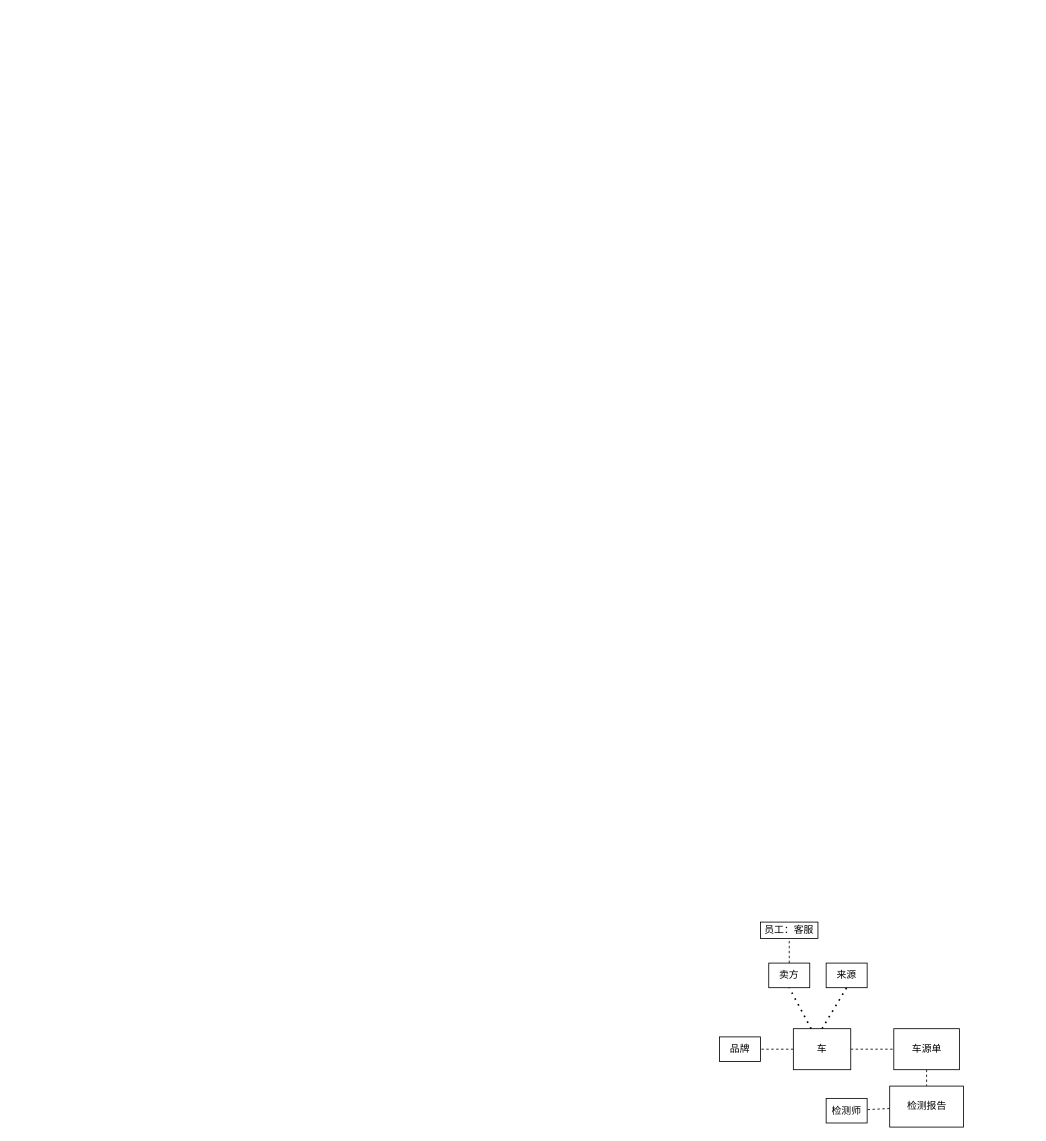
The draw.io diagram page "Page-1" (1 of 2) of test-first.drawio in specialnote/diagrams, before the edit. Source tidied: cells renumbered, new cells numbered last; positions are measured from the earlier drawing's top-left corner, leaving out a move shared by most shapes. Both pictures are drawn from the tidied source at 82%, with x=0, y=0 at pixel (719, 922).
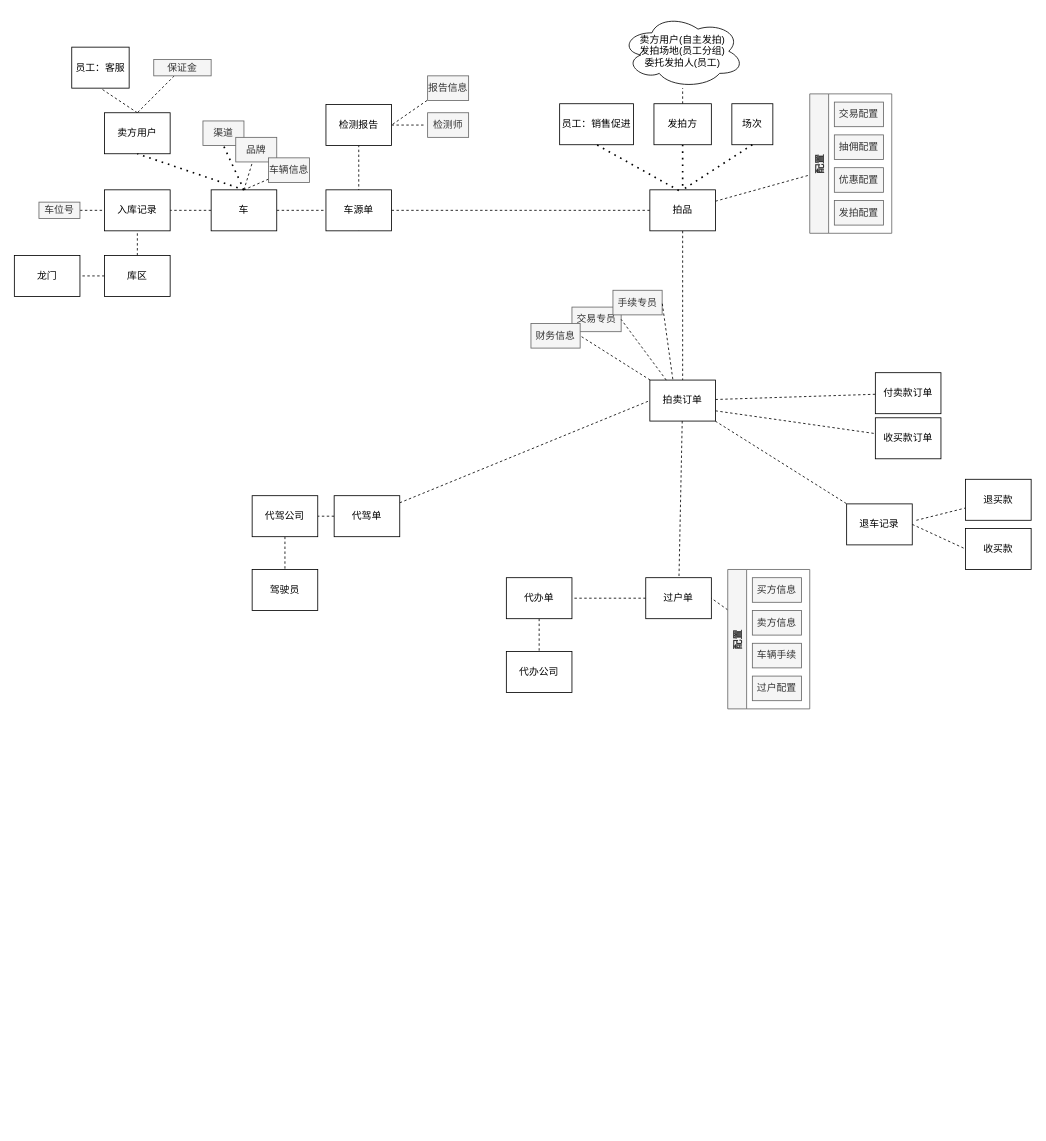
After the change.

Diff of the diagram source:
```diff
@@
-    <mxCell id="2" style="edgeStyle=none;rounded=0;jettySize=auto;html=1;dashed=1;endArrow=none;endFill=0;elbow=vertical;" parent="1" edge="1" source="4" target="11">
+    <mxCell id="2" style="edgeStyle=none;rounded=0;jettySize=auto;html=1;dashed=1;endArrow=none;endFill=0;elbow=vertical;exitX=0.5;exitY=0;exitDx=0;exitDy=0;" parent="1" edge="1" source="4" target="11">
       <mxGeometry relative="1" as="geometry" />
     </mxCell>
@@
+    <mxCell id="17" style="edgeStyle=none;rounded=0;jettySize=auto;html=1;entryX=1;entryY=0.5;entryDx=0;entryDy=0;dashed=1;endArrow=none;endFill=0;elbow=vertical;" parent="1" edge="1" source="4" target="60">
+      <mxGeometry relative="1" as="geometry" />
+    </mxCell>
     <mxCell id="4" value="车" style="rounded=0;whiteSpace=wrap;html=1;" parent="1" vertex="1">
-      <mxGeometry x="90" y="130" width="70" height="50" as="geometry" />
+      <mxGeometry x="-620" y="-893" width="80" height="50" as="geometry" />
     </mxCell>
-    <mxCell id="5" style="rounded=0;jettySize=auto;html=1;elbow=vertical;endArrow=none;endFill=0;dashed=1;" parent="1" edge="1" source="6" target="10">
+    <mxCell id="5" style="rounded=0;jettySize=auto;html=1;elbow=vertical;endArrow=none;endFill=0;dashed=1;exitX=0.5;exitY=0;exitDx=0;exitDy=0;entryX=0.5;entryY=1;entryDx=0;entryDy=0;" parent="1" edge="1" source="6" target="10">
       <mxGeometry relative="1" as="geometry" />
     </mxCell>
-    <mxCell id="6" value="卖方" style="rounded=0;whiteSpace=wrap;html=1;" parent="1" vertex="1">
-      <mxGeometry x="60" y="50" width="50" height="30" as="geometry" />
+    <mxCell id="6" value="卖方用户" style="rounded=0;whiteSpace=wrap;html=1;" parent="1" vertex="1">
+      <mxGeometry x="-750" y="-987" width="80" height="50" as="geometry" />
     </mxCell>
-    <mxCell id="7" value="来源" style="rounded=0;whiteSpace=wrap;html=1;" parent="1" vertex="1">
-      <mxGeometry x="130" y="50" width="50" height="30" as="geometry" />
+    <mxCell id="7" value="渠道" style="rounded=0;whiteSpace=wrap;html=1;fillColor=#f5f5f5;fontColor=#333333;strokeColor=#666666;" parent="1" vertex="1">
+      <mxGeometry x="-630" y="-977" width="50" height="30" as="geometry" />
     </mxCell>
-    <mxCell id="8" style="endArrow=none;dashed=1;html=1;dashPattern=1 3;strokeWidth=2;rounded=0;entryX=0.5;entryY=1;entryDx=0;entryDy=0;" parent="1" edge="1" source="4" target="6">
+    <mxCell id="8" style="endArrow=none;dashed=1;html=1;dashPattern=1 3;strokeWidth=2;rounded=0;entryX=0.5;entryY=1;entryDx=0;entryDy=0;exitX=0.5;exitY=0;exitDx=0;exitDy=0;" parent="1" edge="1" source="4" target="6">
       <mxGeometry relative="1" as="geometry" />
     </mxCell>
@@
     <mxCell id="10" value="员工：客服" style="rounded=0;whiteSpace=wrap;html=1;" parent="1" vertex="1">
-      <mxGeometry x="50" width="70" height="20" as="geometry" />
+      <mxGeometry x="-790" y="-1067" width="70" height="50" as="geometry" />
     </mxCell>
-    <mxCell id="11" value="品牌" style="rounded=0;whiteSpace=wrap;html=1;" parent="1" vertex="1">
-      <mxGeometry y="140" width="50" height="30" as="geometry" />
+    <mxCell id="11" value="品牌" style="rounded=0;whiteSpace=wrap;html=1;fillColor=#f5f5f5;fontColor=#333333;strokeColor=#666666;" parent="1" vertex="1">
+      <mxGeometry x="-590" y="-957" width="50" height="30" as="geometry" />
     </mxCell>
@@
     <mxCell id="13" value="车源单" style="whiteSpace=wrap;html=1;rounded=0;" parent="1" vertex="1">
-      <mxGeometry x="212.5" y="130" width="80" height="50" as="geometry" />
+      <mxGeometry x="-480" y="-893" width="80" height="50" as="geometry" />
     </mxCell>
-    <mxCell id="14" style="edgeStyle=none;rounded=0;jettySize=auto;html=1;dashed=1;endArrow=none;endFill=0;elbow=vertical;" parent="1" edge="1" source="15" target="16">
-      <mxGeometry relative="1" as="geometry" />
+    <mxCell id="14" style="edgeStyle=none;rounded=0;jettySize=auto;html=1;dashed=1;endArrow=none;endFill=0;elbow=vertical;" parent="1" edge="1" source="15">
+      <mxGeometry relative="1" as="geometry">
+        <mxPoint x="-360" y="-972" as="targetPoint" />
+      </mxGeometry>
     </mxCell>
     <mxCell id="15" value="检测报告" style="rounded=0;whiteSpace=wrap;html=1;" parent="1" vertex="1">
-      <mxGeometry x="207.5" y="200" width="90" height="50" as="geometry" />
+      <mxGeometry x="-480" y="-997" width="80" height="50" as="geometry" />
     </mxCell>
-    <mxCell id="16" value="检测师" style="rounded=0;whiteSpace=wrap;html=1;" parent="1" vertex="1">
-      <mxGeometry x="130" y="215" width="50" height="30" as="geometry" />
+    <mxCell id="16" value="检测师" style="rounded=0;whiteSpace=wrap;html=1;fillColor=#f5f5f5;fontColor=#333333;strokeColor=#666666;" parent="1" vertex="1">
+      <mxGeometry x="-356" y="-987" width="50" height="30" as="geometry" />
     </mxCell>
+    <mxCell id="18" style="edgeStyle=none;rounded=0;jettySize=auto;html=1;dashed=1;endArrow=none;endFill=0;elbow=vertical;" parent="1" edge="1" source="21" target="30">
+      <mxGeometry relative="1" as="geometry" />
+    </mxCell>
+    <mxCell id="19" style="edgeStyle=none;rounded=0;jettySize=auto;html=1;dashed=1;endArrow=none;endFill=0;elbow=vertical;" parent="1" edge="1" source="21" target="40">
+      <mxGeometry relative="1" as="geometry" />
+    </mxCell>
+    <mxCell id="20" style="edgeStyle=none;rounded=0;jettySize=auto;html=1;entryX=1;entryY=0.5;entryDx=0;entryDy=0;dashed=1;endArrow=none;endFill=0;elbow=vertical;" parent="1" edge="1" source="21" target="13">
+      <mxGeometry relative="1" as="geometry" />
+    </mxCell>
+    <mxCell id="21" value="拍品" style="whiteSpace=wrap;html=1;rounded=0;" parent="1" vertex="1">
+      <mxGeometry x="-85" y="-893" width="80" height="50" as="geometry" />
+    </mxCell>
+    <mxCell id="22" value="员工：销售促进" style="rounded=0;whiteSpace=wrap;html=1;" parent="1" vertex="1">
+      <mxGeometry x="-195" y="-998" width="90" height="50" as="geometry" />
+    </mxCell>
+    <mxCell id="23" style="endArrow=none;dashed=1;html=1;dashPattern=1 3;strokeWidth=2;rounded=0;entryX=0.5;entryY=1;entryDx=0;entryDy=0;exitX=0.442;exitY=0.017;exitDx=0;exitDy=0;exitPerimeter=0;" parent="1" edge="1" source="21" target="22">
+      <mxGeometry relative="1" as="geometry" />
+    </mxCell>
+    <mxCell id="24" style="endArrow=none;dashed=1;html=1;dashPattern=1 3;strokeWidth=2;rounded=0;entryX=0.5;entryY=0;entryDx=0;entryDy=0;exitX=0.5;exitY=1;exitDx=0;exitDy=0;" parent="1" edge="1" source="26" target="21">
+      <mxGeometry relative="1" as="geometry" />
+    </mxCell>
+    <mxCell id="25" style="edgeStyle=none;rounded=0;jettySize=auto;html=1;dashed=1;endArrow=none;endFill=0;elbow=vertical;" parent="1" edge="1" source="26" target="27">
+      <mxGeometry relative="1" as="geometry" />
+    </mxCell>
+    <mxCell id="26" value="发拍方" style="rounded=0;whiteSpace=wrap;html=1;" parent="1" vertex="1">
+      <mxGeometry x="-80" y="-998" width="70" height="50" as="geometry" />
+    </mxCell>
+    <mxCell id="27" value="&lt;div&gt;卖方用户(自主发拍)&lt;/div&gt;&lt;div&gt;发拍场地(员工分组)&lt;/div&gt;&lt;div&gt;委托发拍人(员工)&lt;br&gt;&lt;/div&gt;" style="ellipse;shape=cloud;whiteSpace=wrap;html=1;" parent="1" vertex="1">
+      <mxGeometry x="-120" y="-1107" width="150" height="90" as="geometry" />
+    </mxCell>
+    <mxCell id="28" value="场次" style="rounded=0;whiteSpace=wrap;html=1;" parent="1" vertex="1">
+      <mxGeometry x="15" y="-998" width="50" height="50" as="geometry" />
+    </mxCell>
+    <mxCell id="29" style="endArrow=none;dashed=1;html=1;dashPattern=1 3;strokeWidth=2;rounded=0;entryX=0.5;entryY=0;entryDx=0;entryDy=0;exitX=0.5;exitY=1;exitDx=0;exitDy=0;" parent="1" edge="1" source="28" target="21">
+      <mxGeometry relative="1" as="geometry" />
+    </mxCell>
+    <mxCell id="30" value="配置" style="swimlane;horizontal=0;fillColor=#f5f5f5;fontColor=#333333;strokeColor=#666666;" parent="1" vertex="1">
+      <mxGeometry x="110" y="-1010" width="100" height="170" as="geometry" />
+    </mxCell>
+    <mxCell id="31" value="交易配置" style="whiteSpace=wrap;html=1;fillColor=#f5f5f5;fontColor=#333333;strokeColor=#666666;" parent="30" vertex="1">
+      <mxGeometry x="30" y="10" width="60" height="30" as="geometry" />
+    </mxCell>
+    <mxCell id="32" value="抽佣配置" style="whiteSpace=wrap;html=1;fillColor=#f5f5f5;fontColor=#333333;strokeColor=#666666;" parent="30" vertex="1">
+      <mxGeometry x="30" y="50" width="60" height="30" as="geometry" />
+    </mxCell>
+    <mxCell id="33" value="优惠配置" style="whiteSpace=wrap;html=1;fillColor=#f5f5f5;fontColor=#333333;strokeColor=#666666;" parent="30" vertex="1">
+      <mxGeometry x="30" y="90" width="60" height="30" as="geometry" />
+    </mxCell>
+    <mxCell id="34" value="发拍配置" style="whiteSpace=wrap;html=1;fillColor=#f5f5f5;fontColor=#333333;strokeColor=#666666;" parent="30" vertex="1">
+      <mxGeometry x="30" y="130" width="60" height="30" as="geometry" />
+    </mxCell>
+    <mxCell id="35" style="edgeStyle=none;rounded=0;jettySize=auto;html=1;dashed=1;endArrow=none;endFill=0;elbow=vertical;exitX=1;exitY=0.75;exitDx=0;exitDy=0;" parent="1" edge="1" source="40" target="45">
+      <mxGeometry relative="1" as="geometry" />
+    </mxCell>
+    <mxCell id="36" style="edgeStyle=none;rounded=0;jettySize=auto;html=1;dashed=1;endArrow=none;endFill=0;elbow=vertical;" parent="1" edge="1" source="40" target="46">
+      <mxGeometry relative="1" as="geometry" />
+    </mxCell>
+    <mxCell id="37" style="edgeStyle=none;rounded=0;jettySize=auto;html=1;dashed=1;endArrow=none;endFill=0;elbow=vertical;" parent="1" edge="1" source="40" target="50">
+      <mxGeometry relative="1" as="geometry" />
+    </mxCell>
+    <mxCell id="38" style="edgeStyle=none;rounded=0;jettySize=auto;html=1;dashed=1;endArrow=none;endFill=0;elbow=vertical;" parent="1" edge="1" source="40" target="80">
+      <mxGeometry relative="1" as="geometry" />
+    </mxCell>
+    <mxCell id="39" style="edgeStyle=none;rounded=0;jettySize=auto;html=1;entryX=1;entryY=0.5;entryDx=0;entryDy=0;dashed=1;endArrow=none;endFill=0;elbow=vertical;" parent="1" edge="1" source="40" target="83">
+      <mxGeometry relative="1" as="geometry" />
+    </mxCell>
+    <mxCell id="40" value="拍卖订单" style="whiteSpace=wrap;html=1;rounded=0;" parent="1" vertex="1">
+      <mxGeometry x="-85" y="-661" width="80" height="50" as="geometry" />
+    </mxCell>
+    <mxCell id="41" value="交易专员" style="rounded=0;whiteSpace=wrap;html=1;fillColor=#f5f5f5;fontColor=#333333;strokeColor=#666666;" parent="1" vertex="1">
+      <mxGeometry x="-180" y="-750" width="60" height="30" as="geometry" />
+    </mxCell>
+    <mxCell id="42" value="手续专员" style="rounded=0;whiteSpace=wrap;html=1;fillColor=#f5f5f5;fontColor=#333333;strokeColor=#666666;" parent="1" vertex="1">
+      <mxGeometry x="-130" y="-770.5" width="60" height="30" as="geometry" />
+    </mxCell>
+    <mxCell id="43" style="edgeStyle=none;rounded=0;jettySize=auto;html=1;dashed=1;endArrow=none;endFill=0;elbow=vertical;entryX=1;entryY=0.5;entryDx=0;entryDy=0;exitX=0.25;exitY=0;exitDx=0;exitDy=0;" parent="1" edge="1" source="40" target="41">
+      <mxGeometry relative="1" as="geometry" />
+    </mxCell>
+    <mxCell id="44" style="edgeStyle=none;rounded=0;jettySize=auto;html=1;dashed=1;endArrow=none;endFill=0;elbow=vertical;entryX=1;entryY=0.5;entryDx=0;entryDy=0;exitX=0.35;exitY=-0.02;exitDx=0;exitDy=0;exitPerimeter=0;" parent="1" edge="1" source="40" target="42">
+      <mxGeometry relative="1" as="geometry" />
+    </mxCell>
+    <mxCell id="45" value="收买款订单" style="whiteSpace=wrap;html=1;rounded=0;" parent="1" vertex="1">
+      <mxGeometry x="190" y="-615" width="80" height="50" as="geometry" />
+    </mxCell>
+    <mxCell id="46" value="付卖款订单" style="whiteSpace=wrap;html=1;rounded=0;" parent="1" vertex="1">
+      <mxGeometry x="190" y="-670" width="80" height="50" as="geometry" />
+    </mxCell>
+    <mxCell id="47" style="edgeStyle=none;rounded=0;jettySize=auto;html=1;entryX=0.5;entryY=0;entryDx=0;entryDy=0;dashed=1;endArrow=none;endFill=0;elbow=vertical;" parent="1" edge="1" source="48" target="6">
+      <mxGeometry relative="1" as="geometry" />
+    </mxCell>
+    <mxCell id="48" value="保证金" style="rounded=0;whiteSpace=wrap;html=1;fillColor=#f5f5f5;fontColor=#333333;strokeColor=#666666;" parent="1" vertex="1">
+      <mxGeometry x="-690" y="-1052" width="70" height="20" as="geometry" />
+    </mxCell>
+    <mxCell id="49" style="edgeStyle=none;rounded=0;jettySize=auto;html=1;dashed=1;endArrow=none;endFill=0;elbow=vertical;" parent="1" edge="1" source="50" target="62">
+      <mxGeometry relative="1" as="geometry" />
+    </mxCell>
+    <mxCell id="50" value="过户单" style="whiteSpace=wrap;html=1;rounded=0;" parent="1" vertex="1">
+      <mxGeometry x="-90" y="-420" width="80" height="50" as="geometry" />
+    </mxCell>
+    <mxCell id="51" style="edgeStyle=none;rounded=0;jettySize=auto;html=1;entryX=1;entryY=0.5;entryDx=0;entryDy=0;dashed=1;endArrow=none;endFill=0;elbow=vertical;" parent="1" edge="1" source="52" target="50">
+      <mxGeometry relative="1" as="geometry" />
+    </mxCell>
+    <mxCell id="52" value="配置" style="swimlane;horizontal=0;fillColor=#f5f5f5;fontColor=#333333;strokeColor=#666666;" parent="1" vertex="1">
+      <mxGeometry x="10" y="-430" width="100" height="170" as="geometry" />
+    </mxCell>
+    <mxCell id="53" value="买方信息" style="whiteSpace=wrap;html=1;fillColor=#f5f5f5;fontColor=#333333;strokeColor=#666666;" parent="52" vertex="1">
+      <mxGeometry x="30" y="10" width="60" height="30" as="geometry" />
+    </mxCell>
+    <mxCell id="54" value="卖方信息" style="whiteSpace=wrap;html=1;fillColor=#f5f5f5;fontColor=#333333;strokeColor=#666666;" parent="52" vertex="1">
+      <mxGeometry x="30" y="50" width="60" height="30" as="geometry" />
+    </mxCell>
+    <mxCell id="55" value="车辆手续" style="whiteSpace=wrap;html=1;fillColor=#f5f5f5;fontColor=#333333;strokeColor=#666666;" parent="52" vertex="1">
+      <mxGeometry x="30" y="90" width="60" height="30" as="geometry" />
+    </mxCell>
+    <mxCell id="56" value="过户配置" style="whiteSpace=wrap;html=1;fillColor=#f5f5f5;fontColor=#333333;strokeColor=#666666;" parent="52" vertex="1">
+      <mxGeometry x="30" y="130" width="60" height="30" as="geometry" />
+    </mxCell>
+    <mxCell id="57" style="rounded=0;jettySize=auto;html=1;dashed=1;endArrow=none;endFill=0;elbow=vertical;entryX=0;entryY=0.5;entryDx=0;entryDy=0;" parent="1" edge="1" source="59" target="40">
+      <mxGeometry relative="1" as="geometry" />
+    </mxCell>
+    <mxCell id="58" style="edgeStyle=none;rounded=0;jettySize=auto;html=1;dashed=1;endArrow=none;endFill=0;elbow=vertical;" parent="1" edge="1" source="59" target="64">
+      <mxGeometry relative="1" as="geometry" />
+    </mxCell>
+    <mxCell id="59" value="代驾单" style="whiteSpace=wrap;html=1;rounded=0;" parent="1" vertex="1">
+      <mxGeometry x="-470" y="-520" width="80" height="50" as="geometry" />
+    </mxCell>
+    <mxCell id="60" value="入库记录" style="whiteSpace=wrap;html=1;rounded=0;" parent="1" vertex="1">
+      <mxGeometry x="-750" y="-893" width="80" height="50" as="geometry" />
+    </mxCell>
+    <mxCell id="61" style="edgeStyle=none;rounded=0;jettySize=auto;html=1;dashed=1;endArrow=none;endFill=0;elbow=vertical;" parent="1" edge="1" source="62" target="69">
+      <mxGeometry relative="1" as="geometry" />
+    </mxCell>
+    <mxCell id="62" value="代办单" style="whiteSpace=wrap;html=1;rounded=0;" parent="1" vertex="1">
+      <mxGeometry x="-260" y="-420" width="80" height="50" as="geometry" />
+    </mxCell>
+    <mxCell id="63" style="edgeStyle=none;rounded=0;jettySize=auto;html=1;dashed=1;endArrow=none;endFill=0;elbow=vertical;exitX=0.5;exitY=1;exitDx=0;exitDy=0;" parent="1" edge="1" source="64" target="65">
+      <mxGeometry relative="1" as="geometry" />
+    </mxCell>
+    <mxCell id="64" value="代驾公司" style="whiteSpace=wrap;html=1;rounded=0;" parent="1" vertex="1">
+      <mxGeometry x="-570" y="-520" width="80" height="50" as="geometry" />
+    </mxCell>
+    <mxCell id="65" value="驾驶员" style="whiteSpace=wrap;html=1;rounded=0;" parent="1" vertex="1">
+      <mxGeometry x="-570" y="-430" width="80" height="50" as="geometry" />
+    </mxCell>
+    <mxCell id="66" style="edgeStyle=none;rounded=0;jettySize=auto;html=1;entryX=0.5;entryY=1;entryDx=0;entryDy=0;dashed=1;endArrow=none;endFill=0;elbow=vertical;" parent="1" edge="1" source="68" target="60">
+      <mxGeometry relative="1" as="geometry" />
+    </mxCell>
+    <mxCell id="67" style="edgeStyle=none;rounded=0;jettySize=auto;html=1;dashed=1;endArrow=none;endFill=0;elbow=vertical;" parent="1" edge="1" source="68" target="73">
+      <mxGeometry relative="1" as="geometry" />
+    </mxCell>
+    <mxCell id="68" value="库区" style="whiteSpace=wrap;html=1;rounded=0;" parent="1" vertex="1">
+      <mxGeometry x="-750" y="-813" width="80" height="50" as="geometry" />
+    </mxCell>
+    <mxCell id="69" value="代办公司" style="whiteSpace=wrap;html=1;rounded=0;" parent="1" vertex="1">
+      <mxGeometry x="-260" y="-330" width="80" height="50" as="geometry" />
+    </mxCell>
+    <mxCell id="70" style="edgeStyle=none;rounded=0;jettySize=auto;html=1;entryX=0;entryY=0.5;entryDx=0;entryDy=0;dashed=1;endArrow=none;endFill=0;elbow=vertical;" parent="1" edge="1" source="71" target="60">
+      <mxGeometry relative="1" as="geometry" />
+    </mxCell>
+    <mxCell id="71" value="车位号" style="rounded=0;whiteSpace=wrap;html=1;fillColor=#f5f5f5;fontColor=#333333;strokeColor=#666666;" parent="1" vertex="1">
+      <mxGeometry x="-830" y="-878" width="50" height="20" as="geometry" />
+    </mxCell>
+    <mxCell id="72" style="edgeStyle=none;rounded=0;orthogonalLoop=1;jettySize=auto;html=1;exitX=0.5;exitY=0;exitDx=0;exitDy=0;dashed=1;endArrow=none;endFill=0;elbow=vertical;" parent="1" edge="1" source="71" target="71">
+      <mxGeometry relative="1" as="geometry" />
+    </mxCell>
+    <mxCell id="73" value="龙门" style="whiteSpace=wrap;html=1;rounded=0;" parent="1" vertex="1">
+      <mxGeometry x="-860" y="-813" width="80" height="50" as="geometry" />
+    </mxCell>
+    <mxCell id="74" style="edgeStyle=none;rounded=0;jettySize=auto;html=1;entryX=1;entryY=0.5;entryDx=0;entryDy=0;dashed=1;endArrow=none;endFill=0;elbow=vertical;" parent="1" edge="1" target="15">
+      <mxGeometry relative="1" as="geometry">
+        <mxPoint x="-356.7" y="-1002" as="sourcePoint" />
+      </mxGeometry>
+    </mxCell>
+    <mxCell id="75" value="报告信息" style="rounded=0;whiteSpace=wrap;html=1;fillColor=#f5f5f5;fontColor=#333333;strokeColor=#666666;" parent="1" vertex="1">
+      <mxGeometry x="-356" y="-1032" width="50" height="30" as="geometry" />
+    </mxCell>
+    <mxCell id="76" style="edgeStyle=none;rounded=0;jettySize=auto;html=1;entryX=0.5;entryY=0;entryDx=0;entryDy=0;dashed=1;endArrow=none;endFill=0;elbow=vertical;" parent="1" edge="1" source="77" target="4">
+      <mxGeometry relative="1" as="geometry" />
+    </mxCell>
+    <mxCell id="77" value="车辆信息" style="rounded=0;whiteSpace=wrap;html=1;fillColor=#f5f5f5;fontColor=#333333;strokeColor=#666666;" parent="1" vertex="1">
+      <mxGeometry x="-550" y="-932" width="50" height="30" as="geometry" />
+    </mxCell>
+    <mxCell id="78" style="rounded=0;jettySize=auto;html=1;dashed=1;endArrow=none;endFill=0;elbow=vertical;" parent="1" edge="1" target="81">
+      <mxGeometry relative="1" as="geometry">
+        <mxPoint x="240" y="-490" as="sourcePoint" />
+      </mxGeometry>
+    </mxCell>
+    <mxCell id="79" style="rounded=0;jettySize=auto;html=1;entryX=0;entryY=0.5;entryDx=0;entryDy=0;dashed=1;endArrow=none;endFill=0;elbow=vertical;exitX=1;exitY=0.5;exitDx=0;exitDy=0;" parent="1" edge="1" source="80" target="82">
+      <mxGeometry relative="1" as="geometry" />
+    </mxCell>
+    <mxCell id="80" value="退车记录" style="whiteSpace=wrap;html=1;rounded=0;" parent="1" vertex="1">
+      <mxGeometry x="155" y="-510" width="80" height="50" as="geometry" />
+    </mxCell>
+    <mxCell id="81" value="退买款" style="whiteSpace=wrap;html=1;rounded=0;" parent="1" vertex="1">
+      <mxGeometry x="300" y="-540" width="80" height="50" as="geometry" />
+    </mxCell>
+    <mxCell id="82" value="收买款" style="whiteSpace=wrap;html=1;rounded=0;" parent="1" vertex="1">
+      <mxGeometry x="300" y="-480" width="80" height="50" as="geometry" />
+    </mxCell>
+    <mxCell id="83" value="财务信息" style="rounded=0;whiteSpace=wrap;html=1;fillColor=#f5f5f5;fontColor=#333333;strokeColor=#666666;" parent="1" vertex="1">
+      <mxGeometry x="-230" y="-730" width="60" height="30" as="geometry" />
+    </mxCell>
```
